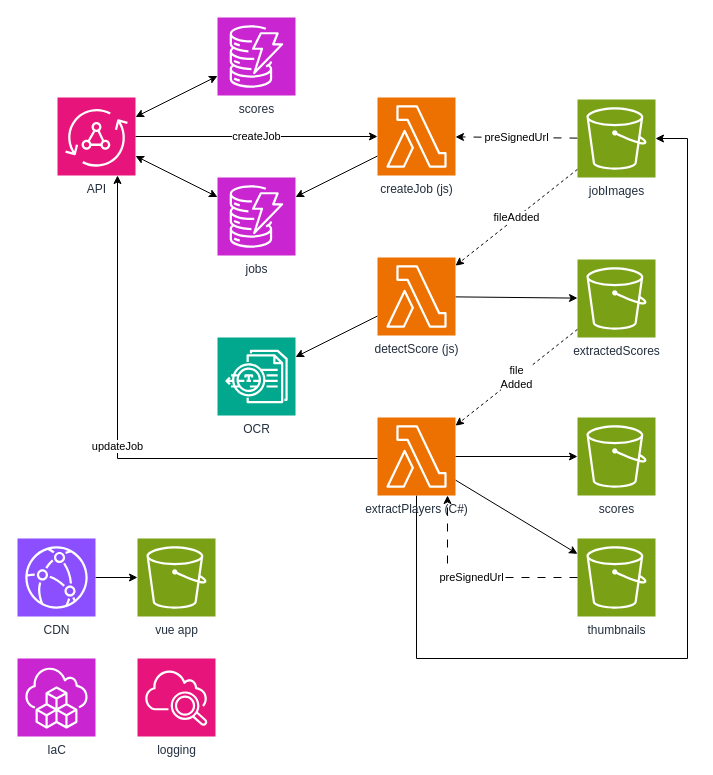
Before: docs/aws overview.drawio in denxorz/mkscore, a draw.io diagram. Source tidied: cells renumbered, new cells numbered last; positions are measured from the earlier drawing's top-left corner, leaving out a move shared by most shapes. Both pictures are drawn from the tidied source at 100%, with x=0, y=0 at pixel (17, 17).
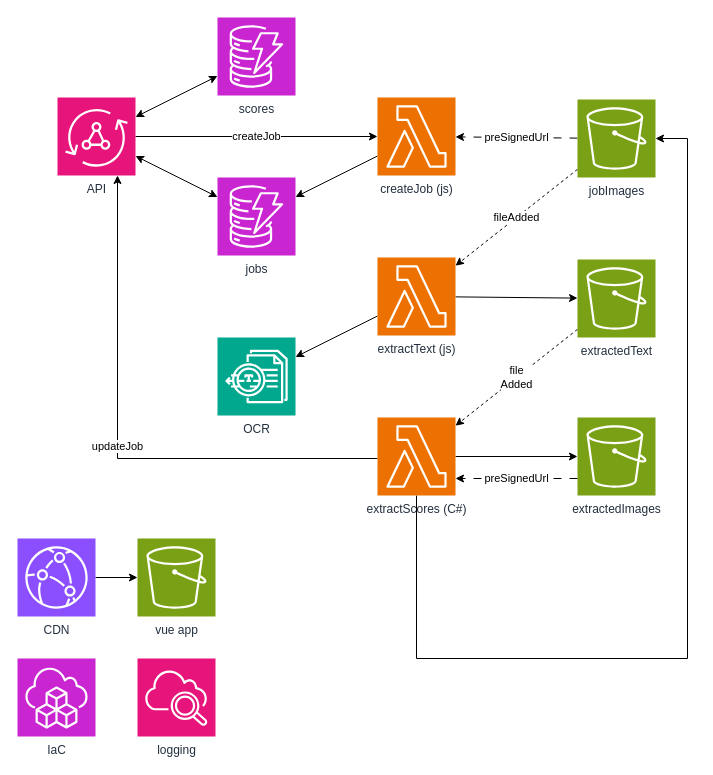
After the change.

Change to the diagram source:
```diff
@@
-    <mxCell id="5" value="thumbnails" style="sketch=0;points=[[0,0,0],[0.25,0,0],[0.5,0,0],[0.75,0,0],[1,0,0],[0,1,0],[0.25,1,0],[0.5,1,0],[0.75,1,0],[1,1,0],[0,0.25,0],[0,0.5,0],[0,0.75,0],[1,0.25,0],[1,0.5,0],[1,0.75,0]];outlineConnect=0;fontColor=#232F3E;fillColor=#7AA116;strokeColor=#ffffff;dashed=0;verticalLabelPosition=bottom;verticalAlign=top;align=center;html=1;fontSize=12;fontStyle=0;shape=mxgraph.aws4.resourceIcon;resIcon=mxgraph.aws4.s3;" parent="1" vertex="1">
-      <mxGeometry x="560" y="521" width="78" height="78" as="geometry" />
+    <mxCell id="5" value="extractedImages" style="sketch=0;points=[[0,0,0],[0.25,0,0],[0.5,0,0],[0.75,0,0],[1,0,0],[0,1,0],[0.25,1,0],[0.5,1,0],[0.75,1,0],[1,1,0],[0,0.25,0],[0,0.5,0],[0,0.75,0],[1,0.25,0],[1,0.5,0],[1,0.75,0]];outlineConnect=0;fontColor=#232F3E;fillColor=#7AA116;strokeColor=#ffffff;dashed=0;verticalLabelPosition=bottom;verticalAlign=top;align=center;html=1;fontSize=12;fontStyle=0;shape=mxgraph.aws4.resourceIcon;resIcon=mxgraph.aws4.s3;" parent="1" vertex="1">
+      <mxGeometry x="560" y="400" width="78" height="78" as="geometry" />
     </mxCell>
@@
-    <mxCell id="7" value="extractedScores" style="sketch=0;points=[[0,0,0],[0.25,0,0],[0.5,0,0],[0.75,0,0],[1,0,0],[0,1,0],[0.25,1,0],[0.5,1,0],[0.75,1,0],[1,1,0],[0,0.25,0],[0,0.5,0],[0,0.75,0],[1,0.25,0],[1,0.5,0],[1,0.75,0]];outlineConnect=0;fontColor=#232F3E;fillColor=#7AA116;strokeColor=#ffffff;dashed=0;verticalLabelPosition=bottom;verticalAlign=top;align=center;html=1;fontSize=12;fontStyle=0;shape=mxgraph.aws4.resourceIcon;resIcon=mxgraph.aws4.s3;" parent="1" vertex="1">
+    <mxCell id="7" value="extractedText" style="sketch=0;points=[[0,0,0],[0.25,0,0],[0.5,0,0],[0.75,0,0],[1,0,0],[0,1,0],[0.25,1,0],[0.5,1,0],[0.75,1,0],[1,1,0],[0,0.25,0],[0,0.5,0],[0,0.75,0],[1,0.25,0],[1,0.5,0],[1,0.75,0]];outlineConnect=0;fontColor=#232F3E;fillColor=#7AA116;strokeColor=#ffffff;dashed=0;verticalLabelPosition=bottom;verticalAlign=top;align=center;html=1;fontSize=12;fontStyle=0;shape=mxgraph.aws4.resourceIcon;resIcon=mxgraph.aws4.s3;" parent="1" vertex="1">
       <mxGeometry x="560" y="242" width="78" height="78" as="geometry" />
     </mxCell>
@@
-    <mxCell id="10" value="detectScore (js)" style="sketch=0;points=[[0,0,0],[0.25,0,0],[0.5,0,0],[0.75,0,0],[1,0,0],[0,1,0],[0.25,1,0],[0.5,1,0],[0.75,1,0],[1,1,0],[0,0.25,0],[0,0.5,0],[0,0.75,0],[1,0.25,0],[1,0.5,0],[1,0.75,0]];outlineConnect=0;fontColor=#232F3E;fillColor=#ED7100;strokeColor=#ffffff;dashed=0;verticalLabelPosition=bottom;verticalAlign=top;align=center;html=1;fontSize=12;fontStyle=0;shape=mxgraph.aws4.resourceIcon;resIcon=mxgraph.aws4.lambda;" parent="1" vertex="1">
+    <mxCell id="10" value="extractText (js)" style="sketch=0;points=[[0,0,0],[0.25,0,0],[0.5,0,0],[0.75,0,0],[1,0,0],[0,1,0],[0.25,1,0],[0.5,1,0],[0.75,1,0],[1,1,0],[0,0.25,0],[0,0.5,0],[0,0.75,0],[1,0.25,0],[1,0.5,0],[1,0.75,0]];outlineConnect=0;fontColor=#232F3E;fillColor=#ED7100;strokeColor=#ffffff;dashed=0;verticalLabelPosition=bottom;verticalAlign=top;align=center;html=1;fontSize=12;fontStyle=0;shape=mxgraph.aws4.resourceIcon;resIcon=mxgraph.aws4.lambda;" parent="1" vertex="1">
       <mxGeometry x="360" y="240" width="78" height="78" as="geometry" />
     </mxCell>
@@
-    <mxCell id="14" style="rounded=0;jettySize=auto;html=1;" parent="1" edge="1" source="17" target="24">
-      <mxGeometry relative="1" as="geometry" />
-    </mxCell>
@@
-    <mxCell id="17" value="extractPlayers (C#)" style="sketch=0;points=[[0,0,0],[0.25,0,0],[0.5,0,0],[0.75,0,0],[1,0,0],[0,1,0],[0.25,1,0],[0.5,1,0],[0.75,1,0],[1,1,0],[0,0.25,0],[0,0.5,0],[0,0.75,0],[1,0.25,0],[1,0.5,0],[1,0.75,0]];outlineConnect=0;fontColor=#232F3E;fillColor=#ED7100;strokeColor=#ffffff;dashed=0;verticalLabelPosition=bottom;verticalAlign=top;align=center;html=1;fontSize=12;fontStyle=0;shape=mxgraph.aws4.resourceIcon;resIcon=mxgraph.aws4.lambda;" parent="1" vertex="1">
+    <mxCell id="17" value="extractScores&lt;span style=&quot;background-color: transparent; color: light-dark(rgb(35, 47, 62), rgb(189, 199, 212));&quot;&gt;&amp;nbsp;(C#)&lt;/span&gt;" style="sketch=0;points=[[0,0,0],[0.25,0,0],[0.5,0,0],[0.75,0,0],[1,0,0],[0,1,0],[0.25,1,0],[0.5,1,0],[0.75,1,0],[1,1,0],[0,0.25,0],[0,0.5,0],[0,0.75,0],[1,0.25,0],[1,0.5,0],[1,0.75,0]];outlineConnect=0;fontColor=#232F3E;fillColor=#ED7100;strokeColor=#ffffff;dashed=0;verticalLabelPosition=bottom;verticalAlign=top;align=center;html=1;fontSize=12;fontStyle=0;shape=mxgraph.aws4.resourceIcon;resIcon=mxgraph.aws4.lambda;" parent="1" vertex="1">
       <mxGeometry x="360" y="400" width="78" height="78" as="geometry" />
     </mxCell>
@@
-    <mxCell id="24" value="scores" style="sketch=0;points=[[0,0,0],[0.25,0,0],[0.5,0,0],[0.75,0,0],[1,0,0],[0,1,0],[0.25,1,0],[0.5,1,0],[0.75,1,0],[1,1,0],[0,0.25,0],[0,0.5,0],[0,0.75,0],[1,0.25,0],[1,0.5,0],[1,0.75,0]];outlineConnect=0;fontColor=#232F3E;fillColor=#7AA116;strokeColor=#ffffff;dashed=0;verticalLabelPosition=bottom;verticalAlign=top;align=center;html=1;fontSize=12;fontStyle=0;shape=mxgraph.aws4.resourceIcon;resIcon=mxgraph.aws4.s3;" parent="1" vertex="1">
-      <mxGeometry x="560" y="400" width="78" height="78" as="geometry" />
-    </mxCell>
@@
     <mxCell id="28" value="preSignedUrl" style="rounded=0;jettySize=auto;html=1;dashed=1;dashPattern=8 8;edgeStyle=orthogonalEdgeStyle;" parent="1" edge="1" source="5" target="17">
       <mxGeometry relative="1" as="geometry">
         <Array as="points">
-          <mxPoint x="430" y="560" />
+          <mxPoint x="510" y="461" />
+          <mxPoint x="510" y="461" />
         </Array>
       </mxGeometry>
     </mxCell>
```
